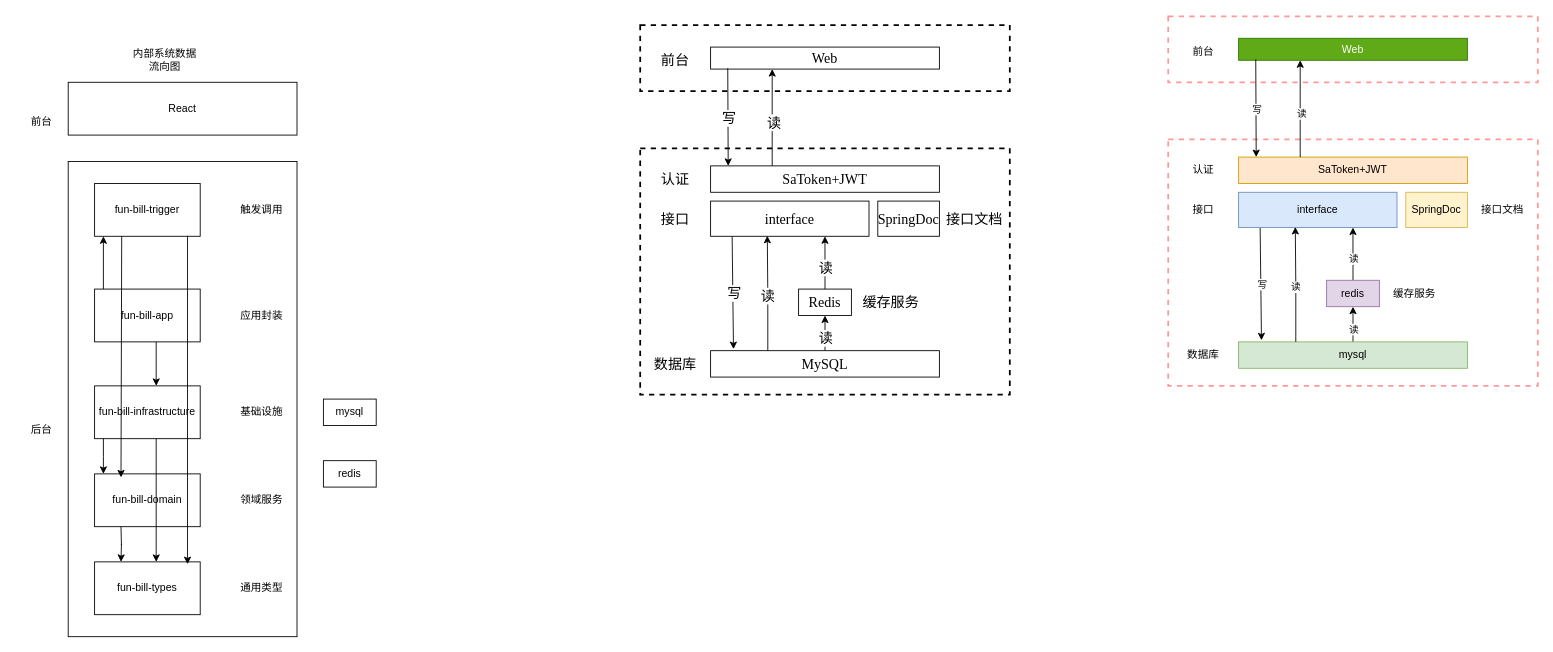
The draw.io diagram page "技术架构" (3 of 8) of lottery-note/fun-bill-依赖关系.drawio in mynxg/draw-io-to-github, before the edit. Source tidied: cells renumbered, new cells numbered last; positions are measured from the earlier drawing's top-left corner, leaving out a move shared by most shapes. Both pictures are drawn from the tidied source at 88%, with x=0, y=0 at pixel (15, 16).
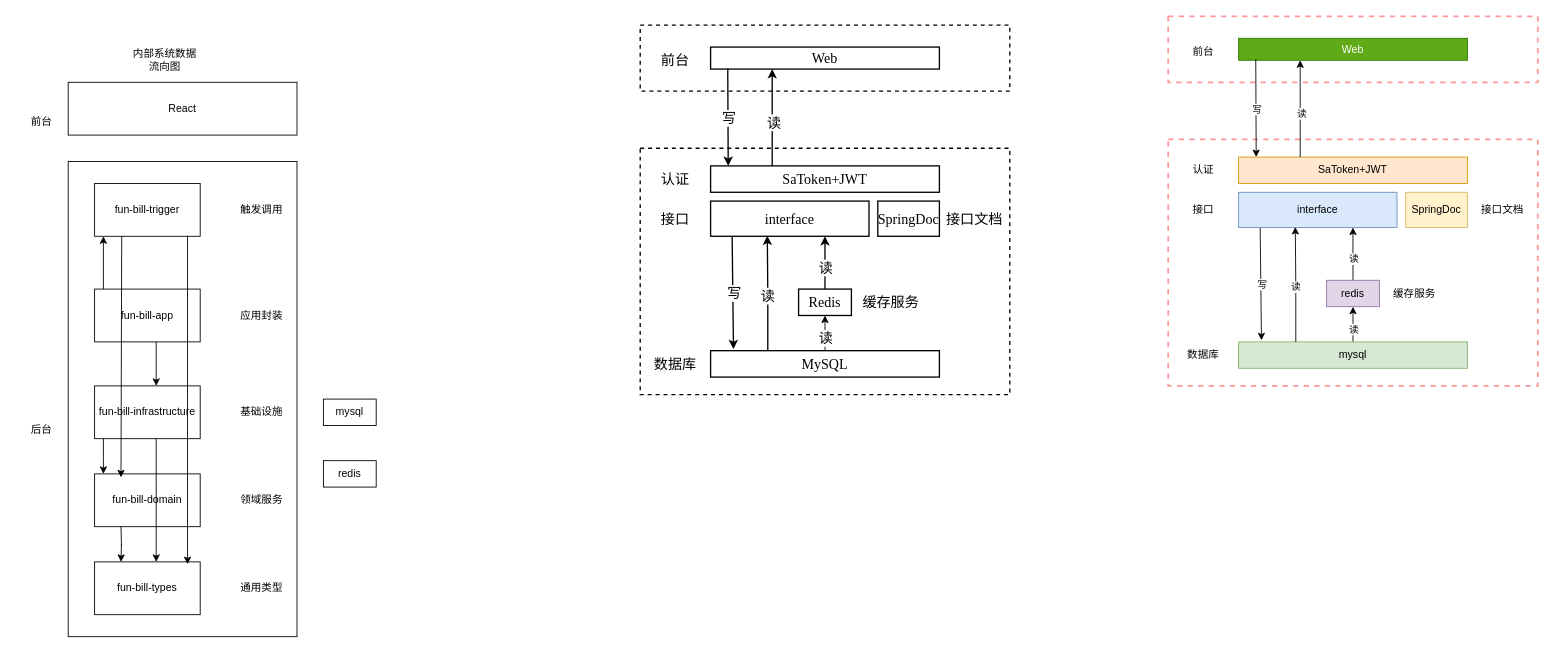
After the change.

Change to the diagram source:
```diff
@@
-    <mxCell id="2" style="rounded=0;whiteSpace=wrap;html=1;strokeColor=default;dashed=1;strokeWidth=2;fontFamily=宋体;fontSize=16;" parent="1" vertex="1">
+    <mxCell id="2" style="rounded=0;whiteSpace=wrap;html=1;strokeColor=default;dashed=1;strokeWidth=1.5;fontFamily=宋体;fontSize=16;" parent="1" vertex="1">
       <mxGeometry x="710" y="150" width="420" height="280" as="geometry" />
     </mxCell>
@@
-    <mxCell id="28" value="MySQL" style="rounded=0;whiteSpace=wrap;html=1;fontFamily=Times New Roman;fontSize=16;" parent="1" vertex="1">
+    <mxCell id="28" value="MySQL" style="rounded=0;whiteSpace=wrap;html=1;fontFamily=Times New Roman;fontSize=16;strokeWidth=1.5;" parent="1" vertex="1">
       <mxGeometry x="790" y="380" width="260" height="30" as="geometry" />
     </mxCell>
-    <mxCell id="29" style="rounded=0;jettySize=auto;html=1;exitX=0.5;exitY=0;exitDx=0;exitDy=0;entryX=0.722;entryY=1;entryDx=0;entryDy=0;entryPerimeter=0;fontFamily=宋体;fontSize=16;" parent="1" edge="1" source="31" target="39">
+    <mxCell id="29" style="rounded=0;jettySize=auto;html=1;exitX=0.5;exitY=0;exitDx=0;exitDy=0;entryX=0.722;entryY=1;entryDx=0;entryDy=0;entryPerimeter=0;fontFamily=宋体;fontSize=16;strokeWidth=1.5;" parent="1" edge="1" source="31" target="39">
       <mxGeometry relative="1" as="geometry" />
     </mxCell>
@@
-    <mxCell id="31" value="Redis" style="rounded=0;whiteSpace=wrap;html=1;fontFamily=Times New Roman;fontSize=16;" parent="1" vertex="1">
+    <mxCell id="31" value="Redis" style="rounded=0;whiteSpace=wrap;html=1;fontFamily=Times New Roman;fontSize=16;strokeWidth=1.5;" parent="1" vertex="1">
       <mxGeometry x="890" y="310" width="60" height="30" as="geometry" />
     </mxCell>
-    <mxCell id="32" value="SpringDoc" style="rounded=0;whiteSpace=wrap;html=1;fontFamily=Times New Roman;fontSize=16;" parent="1" vertex="1">
+    <mxCell id="32" value="SpringDoc" style="rounded=0;whiteSpace=wrap;html=1;fontFamily=Times New Roman;fontSize=16;strokeWidth=1.5;" parent="1" vertex="1">
       <mxGeometry x="980" y="210" width="70" height="40" as="geometry" />
     </mxCell>
@@
-    <mxCell id="37" style="rounded=0;jettySize=auto;html=1;exitX=0.136;exitY=1.005;exitDx=0;exitDy=0;exitPerimeter=0;entryX=0.1;entryY=-0.06;entryDx=0;entryDy=0;entryPerimeter=0;fontFamily=宋体;fontSize=16;" parent="1" edge="1" source="39" target="28">
+    <mxCell id="37" style="rounded=0;jettySize=auto;html=1;exitX=0.136;exitY=1.005;exitDx=0;exitDy=0;exitPerimeter=0;entryX=0.1;entryY=-0.06;entryDx=0;entryDy=0;entryPerimeter=0;fontFamily=宋体;fontSize=16;strokeWidth=1.5;" parent="1" edge="1" source="39" target="28">
       <mxGeometry relative="1" as="geometry" />
     </mxCell>
@@
-    <mxCell id="39" value="interface" style="rounded=0;whiteSpace=wrap;html=1;fontFamily=Times New Roman;fontSize=16;" parent="1" vertex="1">
+    <mxCell id="39" value="interface" style="rounded=0;whiteSpace=wrap;html=1;fontFamily=Times New Roman;fontSize=16;strokeWidth=1.5;" parent="1" vertex="1">
       <mxGeometry x="790" y="210" width="180" height="40" as="geometry" />
     </mxCell>
-    <mxCell id="40" style="rounded=0;whiteSpace=wrap;html=1;dashed=1;strokeWidth=2;fontFamily=宋体;fontSize=16;" parent="1" vertex="1">
+    <mxCell id="40" style="rounded=0;whiteSpace=wrap;html=1;dashed=1;strokeWidth=1.5;fontFamily=宋体;fontSize=16;" parent="1" vertex="1">
       <mxGeometry x="710" y="10" width="420" height="75" as="geometry" />
     </mxCell>
-    <mxCell id="41" value="Web" style="rounded=0;whiteSpace=wrap;html=1;fontFamily=Times New Roman;fontSize=16;" parent="1" vertex="1">
+    <mxCell id="41" value="Web" style="rounded=0;whiteSpace=wrap;html=1;fontFamily=Times New Roman;fontSize=16;strokeWidth=1.5;" parent="1" vertex="1">
       <mxGeometry x="790" y="35" width="260" height="25" as="geometry" />
     </mxCell>
-    <mxCell id="42" value="SaToken+JWT" style="rounded=0;whiteSpace=wrap;html=1;fontFamily=Times New Roman;fontSize=16;" parent="1" vertex="1">
+    <mxCell id="42" value="SaToken+JWT" style="rounded=0;whiteSpace=wrap;html=1;fontFamily=Times New Roman;fontSize=16;strokeWidth=1.5;" parent="1" vertex="1">
       <mxGeometry x="790" y="170" width="260" height="30" as="geometry" />
     </mxCell>
@@
-    <mxCell id="44" style="edgeStyle=orthogonalEdgeStyle;rounded=0;jettySize=auto;html=1;exitX=0.25;exitY=0;exitDx=0;exitDy=0;entryX=0.358;entryY=0.985;entryDx=0;entryDy=0;entryPerimeter=0;fontFamily=宋体;fontSize=16;" parent="1" edge="1" source="28" target="39">
+    <mxCell id="44" style="edgeStyle=orthogonalEdgeStyle;rounded=0;jettySize=auto;html=1;exitX=0.25;exitY=0;exitDx=0;exitDy=0;entryX=0.358;entryY=0.985;entryDx=0;entryDy=0;entryPerimeter=0;fontFamily=宋体;fontSize=16;strokeWidth=1.5;" parent="1" edge="1" source="28" target="39">
       <mxGeometry relative="1" as="geometry" />
     </mxCell>
@@
-    <mxCell id="48" style="endArrow=classic;html=1;rounded=0;fontFamily=宋体;fontSize=16;" parent="1" edge="1">
+    <mxCell id="48" style="endArrow=classic;html=1;rounded=0;fontFamily=宋体;fontSize=16;strokeWidth=1.5;" parent="1" edge="1">
       <mxGeometry relative="1" as="geometry">
         <mxPoint x="860" y="170" as="sourcePoint" />
         <mxPoint x="860" y="60" as="targetPoint" />
       </mxGeometry>
     </mxCell>
@@
-    <mxCell id="50" style="endArrow=classic;html=1;rounded=0;exitX=0.075;exitY=0.96;exitDx=0;exitDy=0;exitPerimeter=0;fontFamily=宋体;fontSize=16;" parent="1" edge="1" source="41">
+    <mxCell id="50" style="endArrow=classic;html=1;rounded=0;exitX=0.075;exitY=0.96;exitDx=0;exitDy=0;exitPerimeter=0;fontFamily=宋体;fontSize=16;strokeWidth=1.5;" parent="1" edge="1" source="41">
       <mxGeometry relative="1" as="geometry">
         <mxPoint x="810" y="170" as="targetPoint" />
       </mxGeometry>
     </mxCell>
```
